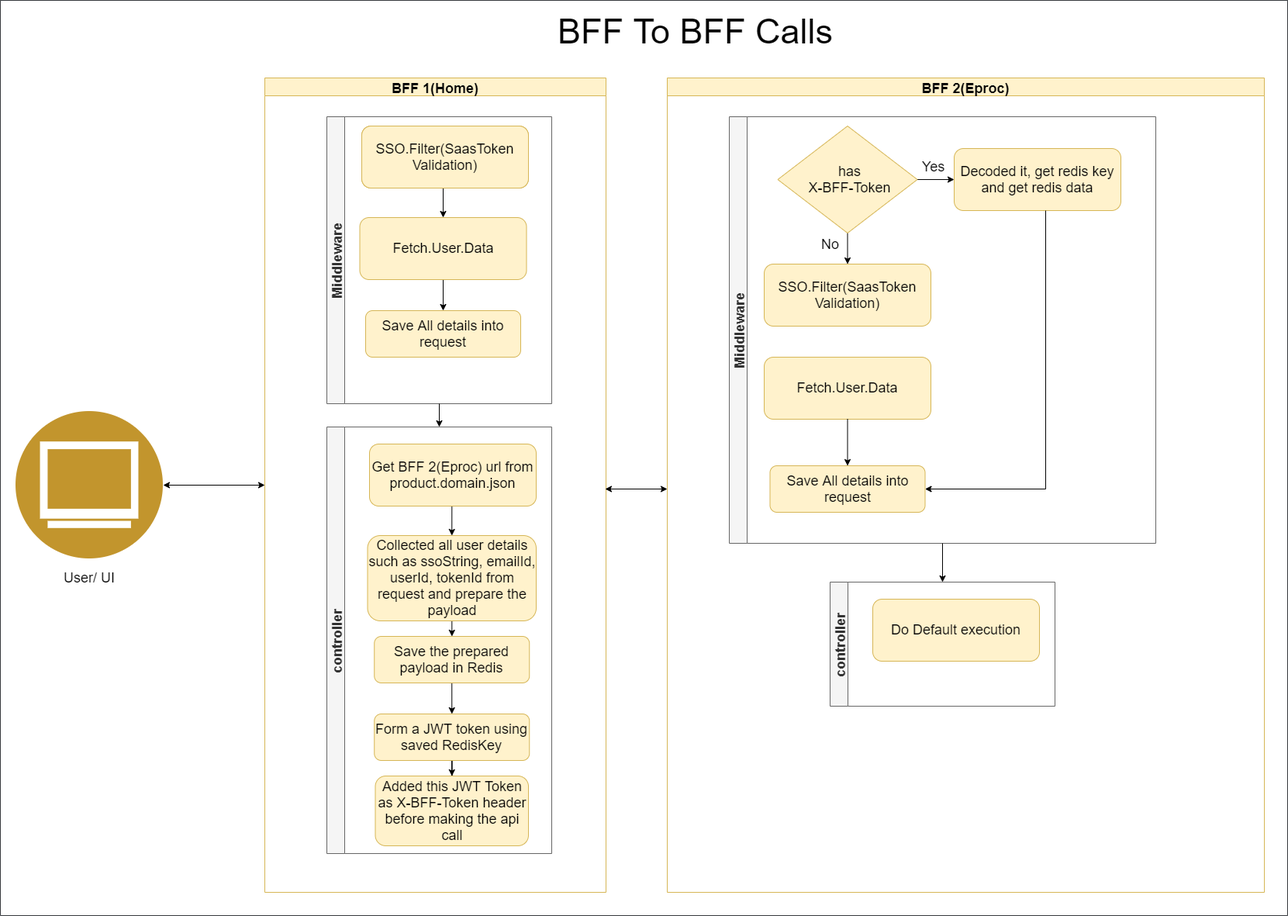
Before: Updated-bff-tobff-calls.png, a diagram exported from draw.io (AkashB22/drawio). Source tidied: cells renumbered, new cells last; positions are measured from the earlier drawing's top-left corner, leaving out a move shared by most shapes. Its diagram source:
```xml
<mxGraphModel>
  <root>
    <mxCell id="0" />
    <mxCell id="1" parent="0" />
    <mxCell id="2" style="perimeter=ellipsePerimeter;html=1;align=center;shadow=0;dashed=0;fontColor=#4277BB;labelBackgroundColor=#ffffff;fontSize=12;spacingTop=3;image;image=img/lib/ibm/users/browser.svg;" parent="1" vertex="1">
      <mxGeometry x="20" y="530" width="190" height="190" as="geometry" />
    </mxCell>
    <mxCell id="3" value="&lt;span style=&quot;font-size: 18px&quot;&gt;User/ UI&lt;br&gt;&lt;/span&gt;" style="text;html=1;strokeColor=none;fillColor=none;align=center;verticalAlign=middle;whiteSpace=wrap;rounded=0;" parent="1" vertex="1">
      <mxGeometry x="50" y="720" width="130" height="50" as="geometry" />
    </mxCell>
    <mxCell id="4" value="BFF 1(Home)" style="swimlane;fillColor=#fff2cc;strokeColor=#d6b656;fontSize=18;" parent="1" vertex="1">
      <mxGeometry x="341" y="100" width="440" height="1050" as="geometry" />
    </mxCell>
    <mxCell id="5" style="edgeStyle=orthogonalEdgeStyle;rounded=0;jettySize=auto;html=1;exitX=0.5;exitY=1;exitDx=0;exitDy=0;entryX=0.5;entryY=0;entryDx=0;entryDy=0;fontSize=18;" parent="4" edge="1" source="6" target="8">
      <mxGeometry relative="1" as="geometry" />
    </mxCell>
    <mxCell id="6" value="&lt;font style=&quot;font-size: 18px&quot;&gt;SSO.Filter(SaasToken Validation)&lt;/font&gt;" style="rounded=1;whiteSpace=wrap;html=1;fillColor=#fff2cc;strokeColor=#d6b656;" parent="4" vertex="1">
      <mxGeometry x="125" y="62" width="215" height="80" as="geometry" />
    </mxCell>
    <mxCell id="7" style="edgeStyle=orthogonalEdgeStyle;rounded=0;jettySize=auto;html=1;fontSize=18;" parent="4" edge="1" source="8" target="9">
      <mxGeometry relative="1" as="geometry" />
    </mxCell>
    <mxCell id="8" value="&lt;span style=&quot;font-size: 18px&quot;&gt;Fetch.User.Data&lt;/span&gt;" style="rounded=1;whiteSpace=wrap;html=1;fillColor=#fff2cc;strokeColor=#d6b656;" parent="4" vertex="1">
      <mxGeometry x="122.5" y="180" width="215" height="80" as="geometry" />
    </mxCell>
    <mxCell id="9" value="Save All details into request" style="rounded=1;whiteSpace=wrap;html=1;fontSize=18;fillColor=#fff2cc;strokeColor=#d6b656;" parent="4" vertex="1">
      <mxGeometry x="130" y="300" width="200" height="60" as="geometry" />
    </mxCell>
    <mxCell id="10" value="Middleware" style="swimlane;horizontal=0;fontSize=18;startSize=23;fillColor=#f5f5f5;strokeColor=#666666;fontColor=#333333;" parent="4" vertex="1">
      <mxGeometry x="80" y="50" width="290" height="370" as="geometry" />
    </mxCell>
    <mxCell id="11" style="edgeStyle=orthogonalEdgeStyle;rounded=0;jettySize=auto;html=1;entryX=0.5;entryY=0;entryDx=0;entryDy=0;fontSize=18;" parent="4" edge="1" source="12" target="14">
      <mxGeometry relative="1" as="geometry" />
    </mxCell>
    <mxCell id="12" value="Save the prepared payload in Redis" style="rounded=1;whiteSpace=wrap;html=1;fontSize=18;fillColor=#fff2cc;strokeColor=#d6b656;" parent="4" vertex="1">
      <mxGeometry x="141.2" y="720" width="200" height="60" as="geometry" />
    </mxCell>
    <mxCell id="13" style="edgeStyle=orthogonalEdgeStyle;rounded=0;jettySize=auto;html=1;entryX=0.5;entryY=0;entryDx=0;entryDy=0;fontSize=18;" parent="4" edge="1" source="14" target="15">
      <mxGeometry relative="1" as="geometry" />
    </mxCell>
    <mxCell id="14" value="Form a JWT token using saved RedisKey" style="rounded=1;whiteSpace=wrap;html=1;fontSize=18;fillColor=#fff2cc;strokeColor=#d6b656;" parent="4" vertex="1">
      <mxGeometry x="141.2" y="820" width="200" height="60" as="geometry" />
    </mxCell>
    <mxCell id="15" value="Added this JWT Token as X-BFF-Token header before making the api call" style="rounded=1;whiteSpace=wrap;html=1;fontSize=18;fillColor=#fff2cc;strokeColor=#d6b656;" parent="4" vertex="1">
      <mxGeometry x="142.5" y="900" width="197.5" height="90" as="geometry" />
    </mxCell>
    <mxCell id="16" value="controller" style="swimlane;horizontal=0;fontSize=18;startSize=23;fillColor=#f5f5f5;strokeColor=#666666;fontColor=#333333;" parent="4" vertex="1">
      <mxGeometry x="80" y="450" width="290" height="550" as="geometry" />
    </mxCell>
    <mxCell id="17" style="edgeStyle=orthogonalEdgeStyle;rounded=0;jettySize=auto;html=1;exitX=0.5;exitY=1;exitDx=0;exitDy=0;entryX=0.5;entryY=0;entryDx=0;entryDy=0;fontSize=18;" parent="4" edge="1" source="10" target="16">
      <mxGeometry relative="1" as="geometry" />
    </mxCell>
    <mxCell id="18" style="edgeStyle=orthogonalEdgeStyle;rounded=0;jettySize=auto;html=1;exitX=0.5;exitY=1;exitDx=0;exitDy=0;entryX=0.5;entryY=0;entryDx=0;entryDy=0;fontSize=18;" parent="1" edge="1" source="19" target="21">
      <mxGeometry relative="1" as="geometry" />
    </mxCell>
    <mxCell id="19" value="&lt;span style=&quot;font-size: 18px&quot;&gt;Get BFF 2(Eproc) url from product.domain.json&lt;/span&gt;" style="rounded=1;whiteSpace=wrap;html=1;fillColor=#fff2cc;strokeColor=#d6b656;" parent="1" vertex="1">
      <mxGeometry x="476" y="572" width="215" height="80" as="geometry" />
    </mxCell>
    <mxCell id="20" style="edgeStyle=orthogonalEdgeStyle;rounded=0;jettySize=auto;html=1;fontSize=18;" parent="1" edge="1" source="21" target="12">
      <mxGeometry relative="1" as="geometry" />
    </mxCell>
    <mxCell id="21" value="&lt;span style=&quot;font-size: 18px&quot;&gt;Collected all user details such as ssoString, emailId, userId, tokenId from request and prepare the payload&lt;/span&gt;" style="rounded=1;whiteSpace=wrap;html=1;fillColor=#fff2cc;strokeColor=#d6b656;" parent="1" vertex="1">
      <mxGeometry x="473.5" y="690" width="217.5" height="110" as="geometry" />
    </mxCell>
    <mxCell id="22" value="BFF 2(Eproc)" style="swimlane;fillColor=#fff2cc;strokeColor=#d6b656;fontSize=18;" parent="1" vertex="1">
      <mxGeometry x="860" y="100" width="770" height="1050" as="geometry" />
    </mxCell>
    <mxCell id="23" value="Middleware" style="swimlane;horizontal=0;fontSize=18;startSize=23;fillColor=#f5f5f5;strokeColor=#666666;fontColor=#333333;" parent="22" vertex="1">
      <mxGeometry x="80" y="50" width="550" height="550" as="geometry" />
    </mxCell>
    <mxCell id="24" value="No" style="text;html=1;align=center;verticalAlign=middle;strokeColor=none;fontSize=18;" parent="23" vertex="1">
      <mxGeometry x="110" y="150" width="40" height="30" as="geometry" />
    </mxCell>
    <mxCell id="25" value="&lt;span style=&quot;font-size: 18px&quot;&gt;Decoded it, get redis key and get redis data&lt;br&gt;&lt;/span&gt;" style="rounded=1;whiteSpace=wrap;html=1;fillColor=#fff2cc;strokeColor=#d6b656;" parent="23" vertex="1">
      <mxGeometry x="290" y="41" width="215" height="80" as="geometry" />
    </mxCell>
    <mxCell id="26" value="Save All details into request" style="rounded=1;whiteSpace=wrap;html=1;fontSize=18;fillColor=#fff2cc;strokeColor=#d6b656;" parent="23" vertex="1">
      <mxGeometry x="52.5" y="450" width="200" height="60" as="geometry" />
    </mxCell>
    <mxCell id="27" value="&lt;span style=&quot;font-size: 18px&quot;&gt;Fetch.User.Data&lt;/span&gt;" style="rounded=1;whiteSpace=wrap;html=1;fillColor=#fff2cc;strokeColor=#d6b656;" parent="23" vertex="1">
      <mxGeometry x="45" y="310" width="215" height="80" as="geometry" />
    </mxCell>
    <mxCell id="28" style="edgeStyle=orthogonalEdgeStyle;rounded=0;jettySize=auto;html=1;fontSize=18;" parent="23" edge="1" source="27" target="26">
      <mxGeometry relative="1" as="geometry" />
    </mxCell>
    <mxCell id="29" value="&lt;font style=&quot;font-size: 18px&quot;&gt;SSO.Filter(SaasToken Validation)&lt;/font&gt;" style="rounded=1;whiteSpace=wrap;html=1;fillColor=#fff2cc;strokeColor=#d6b656;" parent="23" vertex="1">
      <mxGeometry x="45" y="190" width="215" height="80" as="geometry" />
    </mxCell>
    <mxCell id="30" style="edgeStyle=orthogonalEdgeStyle;rounded=0;jettySize=auto;html=1;fontSize=18;entryX=1;entryY=0.5;entryDx=0;entryDy=0;" parent="23" edge="1" source="25" target="26">
      <mxGeometry relative="1" as="geometry">
        <Array as="points">
          <mxPoint x="408" y="480" />
        </Array>
      </mxGeometry>
    </mxCell>
    <mxCell id="31" style="edgeStyle=orthogonalEdgeStyle;rounded=0;jettySize=auto;html=1;exitX=1;exitY=0.5;exitDx=0;exitDy=0;fontSize=18;" parent="23" edge="1" source="33" target="25">
      <mxGeometry relative="1" as="geometry" />
    </mxCell>
    <mxCell id="32" style="edgeStyle=orthogonalEdgeStyle;rounded=0;jettySize=auto;html=1;entryX=0.5;entryY=0;entryDx=0;entryDy=0;fontSize=18;" parent="23" edge="1" source="33" target="29">
      <mxGeometry relative="1" as="geometry" />
    </mxCell>
    <mxCell id="33" value="&lt;span&gt;&amp;nbsp;has&lt;br&gt;&amp;nbsp;X-BFF-Token&lt;/span&gt;" style="rhombus;whiteSpace=wrap;html=1;shadow=0;glass=0;fontSize=18;fillColor=#fff2cc;strokeColor=#d6b656;" parent="23" vertex="1">
      <mxGeometry x="62.5" y="12" width="180" height="138" as="geometry" />
    </mxCell>
    <mxCell id="34" value="Yes" style="text;html=1;align=center;verticalAlign=middle;strokeColor=none;fontSize=18;" parent="23" vertex="1">
      <mxGeometry x="242.5" y="50" width="40" height="30" as="geometry" />
    </mxCell>
    <mxCell id="35" value="controller" style="swimlane;horizontal=0;fontSize=18;startSize=23;fillColor=#f5f5f5;strokeColor=#666666;fontColor=#333333;" parent="22" vertex="1">
      <mxGeometry x="210" y="650" width="290" height="160" as="geometry" />
    </mxCell>
    <mxCell id="36" style="edgeStyle=orthogonalEdgeStyle;rounded=0;jettySize=auto;html=1;exitX=0.5;exitY=1;exitDx=0;exitDy=0;entryX=0.5;entryY=0;entryDx=0;entryDy=0;fontSize=18;" parent="22" edge="1" source="23" target="35">
      <mxGeometry relative="1" as="geometry" />
    </mxCell>
    <mxCell id="37" value="&lt;span style=&quot;font-size: 18px&quot;&gt;Do Default execution&lt;/span&gt;" style="rounded=1;whiteSpace=wrap;html=1;fillColor=#fff2cc;strokeColor=#d6b656;" parent="1" vertex="1">
      <mxGeometry x="1125" y="772" width="215" height="80" as="geometry" />
    </mxCell>
    <mxCell id="38" value="&lt;font style=&quot;font-size: 18px&quot;&gt;SSO.Filter(SaasToken Validation)&lt;/font&gt;" style="rounded=1;whiteSpace=wrap;html=1;fillColor=#fff2cc;strokeColor=#d6b656;" parent="1" vertex="1">
      <mxGeometry x="466" y="162" width="215" height="80" as="geometry" />
    </mxCell>
    <mxCell id="39" style="endArrow=classic;startArrow=classic;html=1;fontSize=18;" parent="1" edge="1">
      <mxGeometry relative="1" as="geometry">
        <mxPoint x="780" y="630" as="sourcePoint" />
        <mxPoint x="860" y="630" as="targetPoint" />
      </mxGeometry>
    </mxCell>
    <mxCell id="40" style="endArrow=classic;startArrow=classic;html=1;fontSize=18;strokeColor=#000000;exitX=1;exitY=0.5;exitDx=0;exitDy=0;entryX=0;entryY=0.5;entryDx=0;entryDy=0;" parent="1" edge="1" source="2" target="4">
      <mxGeometry relative="1" as="geometry" />
    </mxCell>
    <mxCell id="41" style="swimlane;startSize=0;shadow=0;glass=0;fontSize=18;fillColor=#f9f7ed;strokeColor=#36393d;" parent="1" vertex="1">
      <mxGeometry width="1660" height="1180" as="geometry" />
    </mxCell>
    <mxCell id="42" value="&lt;font style=&quot;font-size: 45px&quot;&gt;BFF To BFF Calls&lt;/font&gt;" style="text;html=1;align=center;verticalAlign=middle;strokeColor=none;fontSize=18;" parent="41" vertex="1">
      <mxGeometry x="711" y="20" width="370" height="40" as="geometry" />
    </mxCell>
  </root>
</mxGraphModel>
```
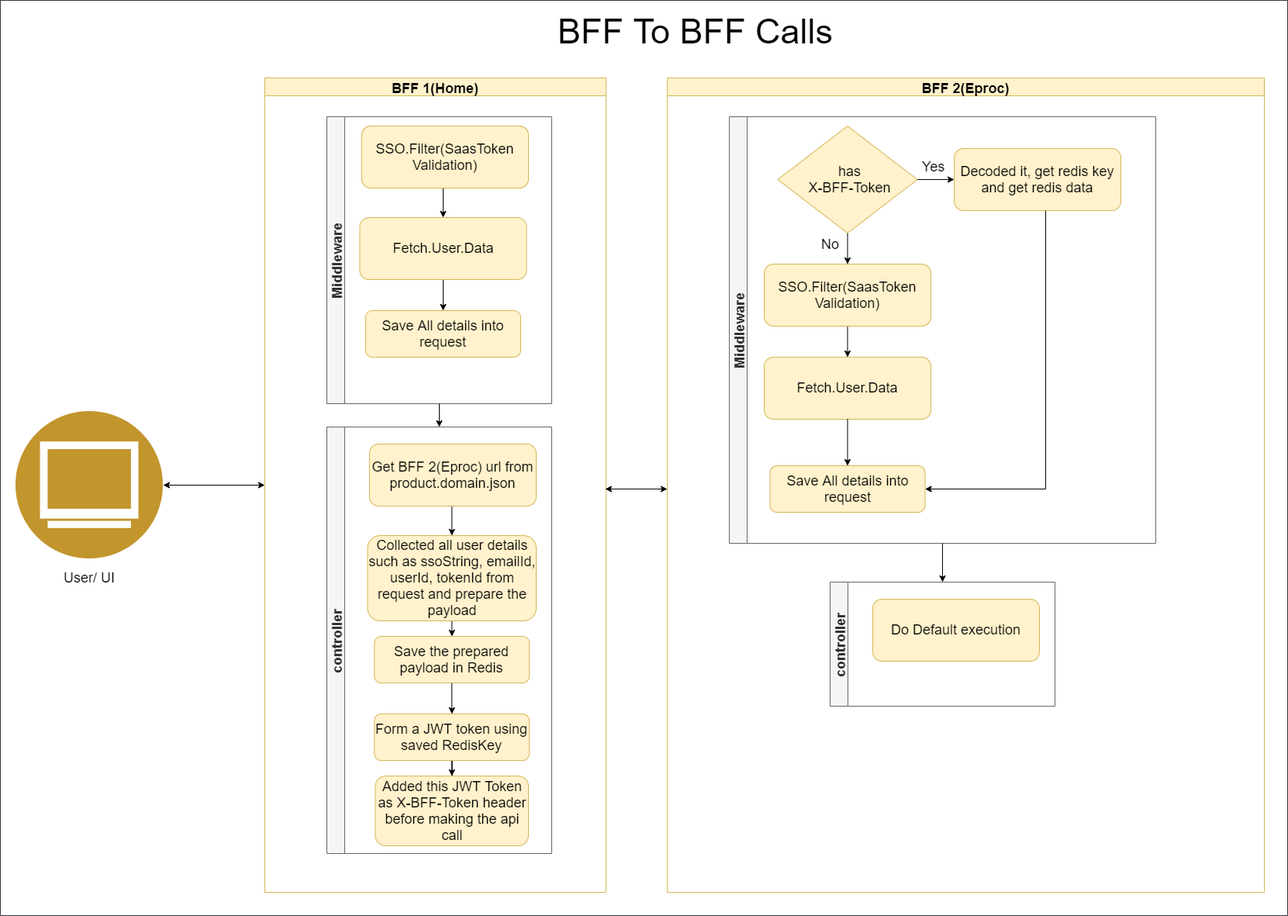
The same diagram one commit later.

The edit, as a diff of the source:
```diff
@@ -83,6 +83,9 @@
     <mxCell id="28" style="edgeStyle=orthogonalEdgeStyle;rounded=0;jettySize=auto;html=1;fontSize=18;" parent="23" edge="1" source="27" target="26">
       <mxGeometry relative="1" as="geometry" />
     </mxCell>
+    <mxCell id="43" style="edgeStyle=orthogonalEdgeStyle;rounded=0;jettySize=auto;html=1;" parent="23" edge="1" source="29" target="27">
+      <mxGeometry relative="1" as="geometry" />
+    </mxCell>
     <mxCell id="29" value="&lt;font style=&quot;font-size: 18px&quot;&gt;SSO.Filter(SaasToken Validation)&lt;/font&gt;" style="rounded=1;whiteSpace=wrap;html=1;fillColor=#fff2cc;strokeColor=#d6b656;" parent="23" vertex="1">
       <mxGeometry x="45" y="190" width="215" height="80" as="geometry" />
     </mxCell>
```
